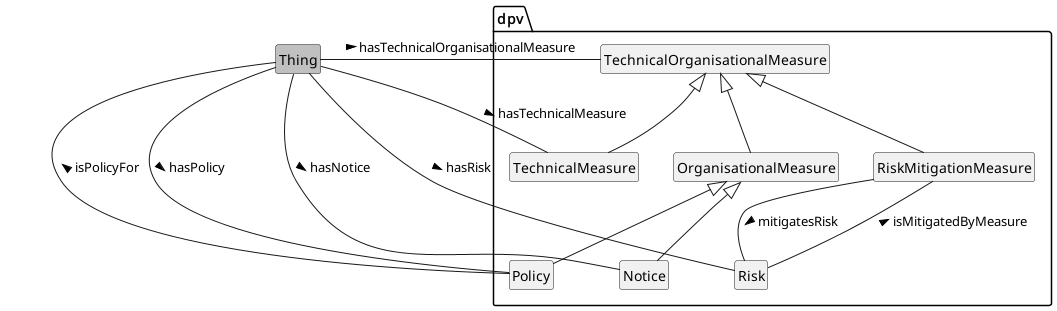
The PlantUML diagram media/TechnicalOrganisationalMeasure.png in jeswr/dpv, before a commit.
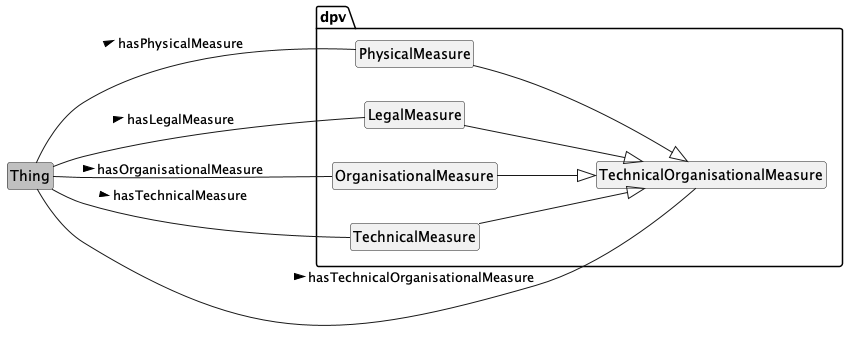
The same file after the commit.

Diff of the diagram source:
```diff
@@ -1,30 +1,27 @@
 @startuml
+
 !include style.plantuml
+left to right direction
 
 class Thing #silver
 package dpv {
 	class TechnicalOrganisationalMeasure
-	class RiskMitigationMeasure
 	class TechnicalMeasure
 	class OrganisationalMeasure
-	class Risk
-	class Notice
-	class Policy
+	class LegalMeasure
+	class PhysicalMeasure
 }
 
-TechnicalOrganisationalMeasure <|-- TechnicalMeasure
-TechnicalOrganisationalMeasure <|-- RiskMitigationMeasure
-TechnicalOrganisationalMeasure <|-- OrganisationalMeasure
-OrganisationalMeasure <|-- Notice
-OrganisationalMeasure <|-- Policy
+TechnicalOrganisationalMeasure <|-u- TechnicalMeasure
+TechnicalOrganisationalMeasure <|-u- OrganisationalMeasure
+TechnicalOrganisationalMeasure <|-u- LegalMeasure
+TechnicalOrganisationalMeasure <|-u- PhysicalMeasure
 
 Thing -- TechnicalOrganisationalMeasure : hasTechnicalOrganisationalMeasure >
+Thing -- OrganisationalMeasure : hasOrganisationalMeasure >
 Thing -- TechnicalMeasure : hasTechnicalMeasure >
-Thing -- Risk : hasRisk >
-Thing -- Notice : hasNotice >
-Thing -- Policy : hasPolicy >
-Risk -- RiskMitigationMeasure: isMitigatedByMeasure >
-RiskMitigationMeasure -- Risk: mitigatesRisk >
-Policy -- Thing: isPolicyFor >
+Thing -- LegalMeasure : hasLegalMeasure >
+Thing -- PhysicalMeasure : hasPhysicalMeasure >
+
 
 @enduml
```
